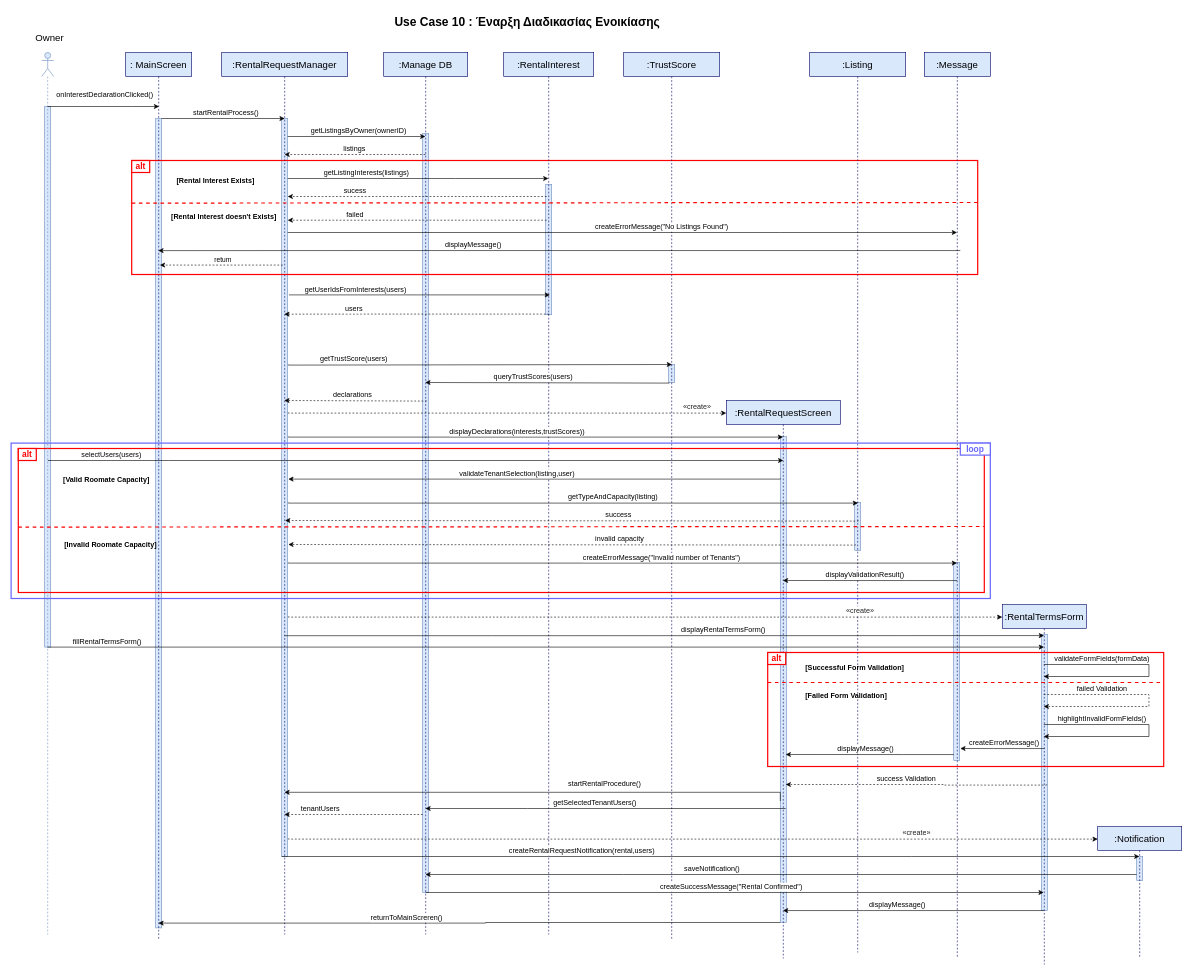
The draw.io diagram page "use-case-10" (10 of 15) of FINAL DIAGRAMS/final_sequences.drawio in evelinastavropoulou/HomeLink, before the edit. Source tidied: cells renumbered, new cells numbered last; positions are measured from the earlier drawing's top-left corner, leaving out a move shared by most shapes. Both pictures are drawn from the tidied source at 60%, with x=0, y=0 at pixel (11, 10).
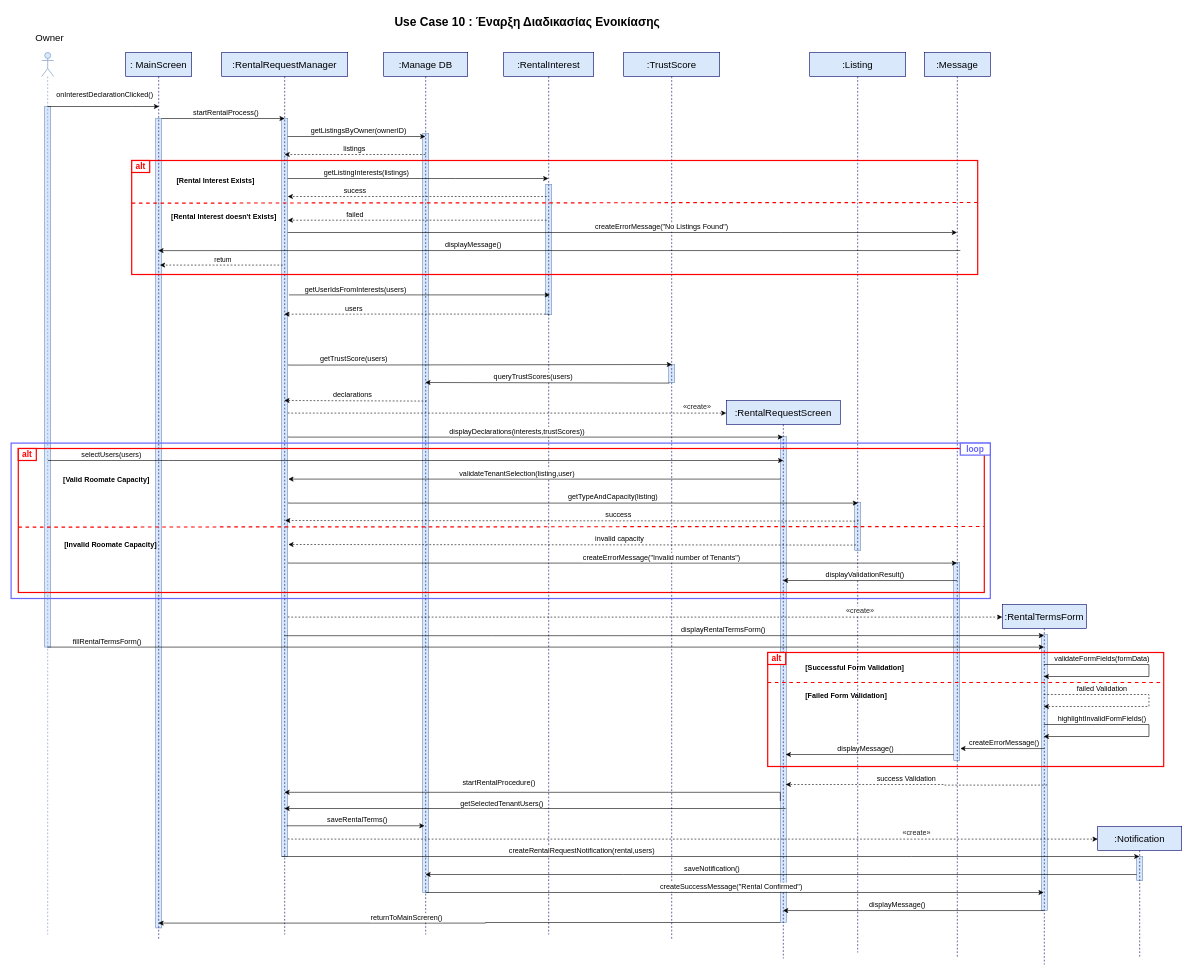
The same diagram, later.

Unchanged cells that the change refers to:
```xml
<mxCell id="19" value=":Manage DB" style="shape=umlLifeline;perimeter=lifelinePerimeter;whiteSpace=wrap;html=1;outlineConnect=0;portConstraint=eastwest;newEdgeStyle={&quot;curved&quot;:0,&quot;rounded&quot;:0};fillColor=#dae8fc;strokeColor=#000066;fontSize=16;" parent="1" vertex="1">
  <mxGeometry x="621" y="70" width="140" height="1470" as="geometry" />
</mxCell>
<mxCell id="22" value=":RentalRequestManager" style="shape=umlLifeline;perimeter=lifelinePerimeter;whiteSpace=wrap;html=1;outlineConnect=0;portConstraint=eastwest;newEdgeStyle={&quot;curved&quot;:0,&quot;rounded&quot;:0};fillColor=#dae8fc;strokeColor=#000066;fontSize=16;" parent="1" vertex="1">
  <mxGeometry x="351" y="70" width="210" height="1470" as="geometry" />
</mxCell>
<mxCell id="102" style="edgeStyle=orthogonalEdgeStyle;rounded=0;jettySize=auto;html=1;curved=0;exitX=0;exitY=0.75;exitDx=0;exitDy=0;" parent="1" edge="1" source="6" target="22">
  <mxGeometry relative="1" as="geometry">
    <Array as="points">
      <mxPoint x="689" y="1303" />
      <mxPoint x="689" y="1303" />
    </Array>
  </mxGeometry>
</mxCell>
```

The edit, as a diff of the source:
```diff
@@
     <mxCell id="103" value="startRentalProcedure()" style="edgeLabel;html=1;align=center;verticalAlign=middle;fontSize=12;" parent="102" vertex="1">
       <mxGeometry x="-0.14" y="3" relative="1" as="geometry">
-        <mxPoint x="54" y="-18" as="offset" />
+        <mxPoint x="-122" y="-20" as="offset" />
       </mxGeometry>
     </mxCell>
-    <mxCell id="104" style="edgeStyle=orthogonalEdgeStyle;rounded=0;jettySize=auto;html=1;curved=0;" parent="1" edge="1" target="19">
+    <mxCell id="104" style="edgeStyle=orthogonalEdgeStyle;rounded=0;jettySize=auto;html=1;curved=0;" parent="1" edge="1" target="22">
       <mxGeometry relative="1" as="geometry">
         <mxPoint x="1291" y="1330" as="sourcePoint" />
         <Array as="points">
-          <mxPoint x="861" y="1330" />
-          <mxPoint x="861" y="1330" />
+          <mxPoint x="683" y="1330" />
+          <mxPoint x="683" y="1330" />
         </Array>
       </mxGeometry>
     </mxCell>
     <mxCell id="105" value="getSelectedTenantUsers()" style="edgeLabel;html=1;align=center;verticalAlign=middle;fontSize=12;" parent="104" vertex="1">
       <mxGeometry x="-0.14" y="3" relative="1" as="geometry">
-        <mxPoint x="-61" y="-13" as="offset" />
+        <mxPoint x="-115" y="-12" as="offset" />
       </mxGeometry>
     </mxCell>
-    <mxCell id="106" style="edgeStyle=orthogonalEdgeStyle;rounded=0;jettySize=auto;html=1;curved=0;dashed=1;" parent="1" edge="1" target="22">
-      <mxGeometry relative="1" as="geometry">
-        <mxPoint x="686" y="1340" as="sourcePoint" />
-        <Array as="points">
-          <mxPoint x="541" y="1340" />
-          <mxPoint x="541" y="1340" />
-        </Array>
-      </mxGeometry>
-    </mxCell>
-    <mxCell id="107" value="tenantUsers" style="edgeLabel;html=1;align=center;verticalAlign=middle;fontSize=12;" parent="106" vertex="1">
-      <mxGeometry x="0.18" y="1" relative="1" as="geometry">
-        <mxPoint x="-36" y="-12" as="offset" />
-      </mxGeometry>
-    </mxCell>
@@
+    <mxCell id="127" style="edgeStyle=orthogonalEdgeStyle;rounded=0;orthogonalLoop=1;jettySize=auto;html=1;curved=0;" parent="1" edge="1">
+      <mxGeometry relative="1" as="geometry">
+        <mxPoint x="459" y="1358.8" as="sourcePoint" />
+        <mxPoint x="689" y="1358.8" as="targetPoint" />
+        <Array as="points">
+          <mxPoint x="609" y="1358.8" />
+          <mxPoint x="609" y="1358.8" />
+        </Array>
+      </mxGeometry>
+    </mxCell>
+    <mxCell id="128" value="saveRentalTerms()" style="edgeLabel;html=1;align=center;verticalAlign=middle;fontSize=12;" parent="127" vertex="1">
+      <mxGeometry x="-0.14" y="3" relative="1" as="geometry">
+        <mxPoint x="18" y="-7" as="offset" />
+      </mxGeometry>
+    </mxCell>
```
